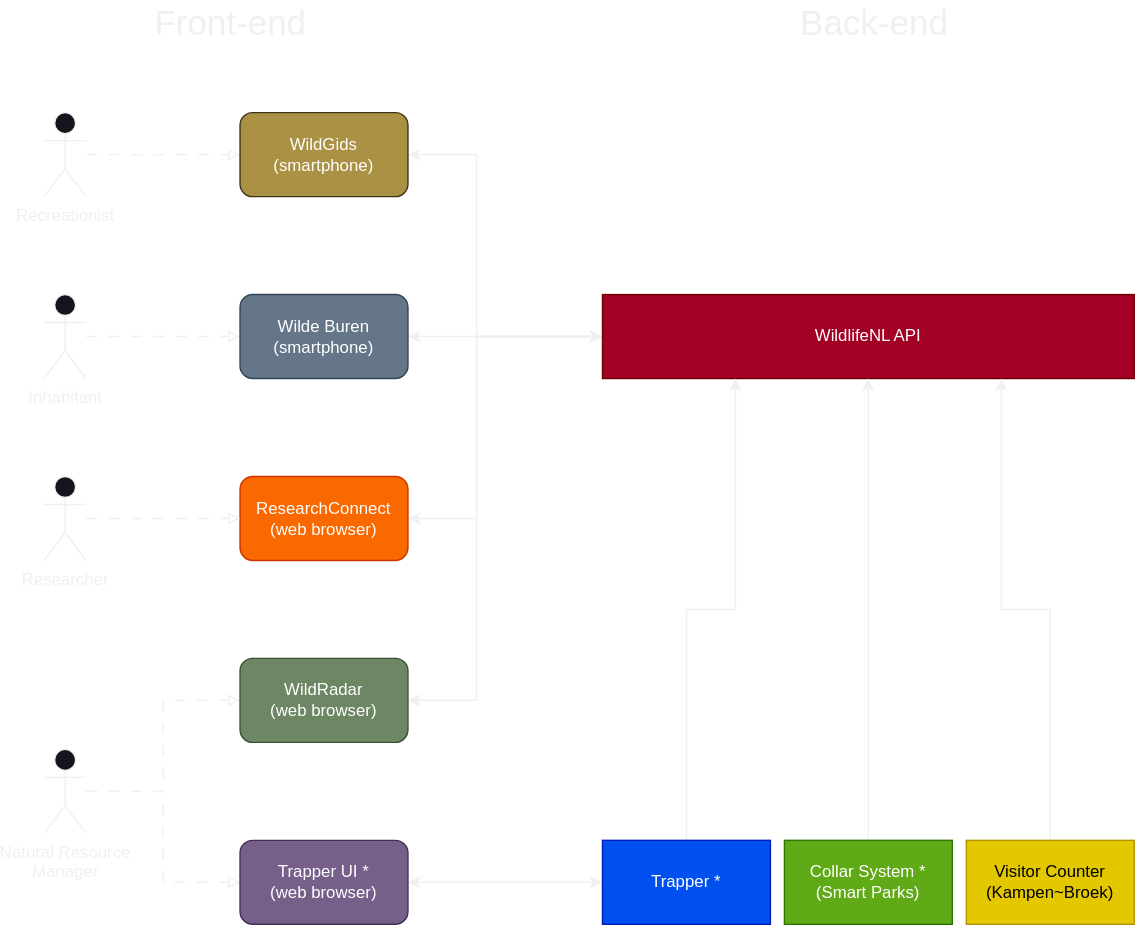
Before: docs/system-architecture.svg, a diagram exported from draw.io (UtrechtUniversity/wildlifenl). Source tidied: cells renumbered, new cells last; positions are measured from the earlier drawing's top-left corner, leaving out a move shared by most shapes. Source of this version:
```xml
<mxGraphModel>
  <root>
    <mxCell id="0" />
    <mxCell id="1" parent="0" />
    <mxCell id="2" style="edgeStyle=orthogonalEdgeStyle;rounded=0;jettySize=auto;html=1;entryX=0;entryY=0.5;entryDx=0;entryDy=0;dashed=1;dashPattern=8 8;endArrow=block;endFill=0;" parent="1" edge="1" source="3" target="10">
      <mxGeometry relative="1" as="geometry" />
    </mxCell>
    <mxCell id="3" value="Recreationist" style="shape=umlActor;verticalLabelPosition=bottom;verticalAlign=top;html=1;outlineConnect=0;" parent="1" vertex="1">
      <mxGeometry y="80" width="30" height="60" as="geometry" />
    </mxCell>
    <mxCell id="4" style="edgeStyle=orthogonalEdgeStyle;rounded=0;jettySize=auto;html=1;entryX=0;entryY=0.5;entryDx=0;entryDy=0;dashed=1;dashPattern=8 8;endArrow=block;endFill=0;" parent="1" edge="1" source="5" target="12">
      <mxGeometry relative="1" as="geometry" />
    </mxCell>
    <mxCell id="5" value="Inhabitant" style="shape=umlActor;verticalLabelPosition=bottom;verticalAlign=top;html=1;outlineConnect=0;" parent="1" vertex="1">
      <mxGeometry y="210" width="30" height="60" as="geometry" />
    </mxCell>
    <mxCell id="6" style="edgeStyle=orthogonalEdgeStyle;rounded=0;jettySize=auto;html=1;entryX=0;entryY=0.5;entryDx=0;entryDy=0;dashed=1;dashPattern=8 8;endArrow=block;endFill=0;" parent="1" edge="1" source="8" target="14">
      <mxGeometry relative="1" as="geometry" />
    </mxCell>
    <mxCell id="7" style="edgeStyle=orthogonalEdgeStyle;rounded=0;jettySize=auto;html=1;entryX=0;entryY=0.5;entryDx=0;entryDy=0;dashed=1;dashPattern=8 8;endArrow=block;endFill=0;" parent="1" edge="1" source="8" target="16">
      <mxGeometry relative="1" as="geometry" />
    </mxCell>
    <mxCell id="8" value="Natural Resource&lt;br&gt;Manager" style="shape=umlActor;verticalLabelPosition=bottom;verticalAlign=top;html=1;outlineConnect=0;" parent="1" vertex="1">
      <mxGeometry y="535" width="30" height="60" as="geometry" />
    </mxCell>
    <mxCell id="9" style="edgeStyle=orthogonalEdgeStyle;rounded=0;jettySize=auto;html=1;entryX=0;entryY=0.5;entryDx=0;entryDy=0;startArrow=classic;startFill=1;" parent="1" edge="1" source="10" target="21">
      <mxGeometry relative="1" as="geometry">
        <Array as="points">
          <mxPoint x="309" y="110" />
          <mxPoint x="309" y="240" />
        </Array>
      </mxGeometry>
    </mxCell>
    <mxCell id="10" value="WildGids&lt;br&gt;(smartphone)" style="rounded=1;whiteSpace=wrap;html=1;fillColor=#AB9144;fontColor=#FFFFFF;strokeColor=#3D3418;" parent="1" vertex="1">
      <mxGeometry x="140" y="80" width="120" height="60" as="geometry" />
    </mxCell>
    <mxCell id="11" style="edgeStyle=orthogonalEdgeStyle;rounded=0;jettySize=auto;html=1;entryX=0;entryY=0.5;entryDx=0;entryDy=0;startArrow=classic;startFill=1;" parent="1" edge="1" source="12" target="21">
      <mxGeometry relative="1" as="geometry" />
    </mxCell>
    <mxCell id="12" value="Wilde Buren&lt;br&gt;(smartphone)" style="rounded=1;whiteSpace=wrap;html=1;fillColor=#647687;fontColor=#ffffff;strokeColor=#314354;" parent="1" vertex="1">
      <mxGeometry x="140" y="210" width="120" height="60" as="geometry" />
    </mxCell>
    <mxCell id="13" style="edgeStyle=orthogonalEdgeStyle;rounded=0;jettySize=auto;html=1;entryX=0;entryY=0.5;entryDx=0;entryDy=0;startArrow=classic;startFill=1;" parent="1" edge="1" source="14" target="21">
      <mxGeometry relative="1" as="geometry">
        <Array as="points">
          <mxPoint x="309" y="500" />
          <mxPoint x="309" y="240" />
        </Array>
      </mxGeometry>
    </mxCell>
    <mxCell id="14" value="WildRadar&lt;br&gt;(web browser)" style="rounded=1;whiteSpace=wrap;html=1;fillColor=#6d8764;fontColor=#ffffff;strokeColor=#3A5431;" parent="1" vertex="1">
      <mxGeometry x="140" y="470" width="120" height="60" as="geometry" />
    </mxCell>
    <mxCell id="15" style="edgeStyle=orthogonalEdgeStyle;rounded=0;jettySize=auto;html=1;entryX=0;entryY=0.5;entryDx=0;entryDy=0;startArrow=classic;startFill=1;" parent="1" edge="1" source="16" target="23">
      <mxGeometry relative="1" as="geometry" />
    </mxCell>
    <mxCell id="16" value="Trapper UI *&lt;br&gt;(web browser)" style="rounded=1;whiteSpace=wrap;html=1;fillColor=#76608a;fontColor=#ffffff;strokeColor=#432D57;" parent="1" vertex="1">
      <mxGeometry x="140" y="600" width="120" height="60" as="geometry" />
    </mxCell>
    <mxCell id="17" style="edgeStyle=orthogonalEdgeStyle;rounded=0;jettySize=auto;html=1;entryX=0;entryY=0.5;entryDx=0;entryDy=0;startArrow=classic;startFill=1;" parent="1" edge="1" source="18" target="21">
      <mxGeometry relative="1" as="geometry">
        <Array as="points">
          <mxPoint x="309" y="370" />
          <mxPoint x="309" y="240" />
        </Array>
      </mxGeometry>
    </mxCell>
    <mxCell id="18" value="ResearchConnect&lt;br&gt;(web browser)" style="rounded=1;whiteSpace=wrap;html=1;fillColor=#fa6800;fontColor=#FFFFFF;strokeColor=#C73500;" parent="1" vertex="1">
      <mxGeometry x="140" y="340" width="120" height="60" as="geometry" />
    </mxCell>
    <mxCell id="19" style="edgeStyle=orthogonalEdgeStyle;rounded=0;jettySize=auto;html=1;entryX=0;entryY=0.5;entryDx=0;entryDy=0;dashed=1;dashPattern=8 8;endArrow=block;endFill=0;" parent="1" edge="1" source="20" target="18">
      <mxGeometry relative="1" as="geometry" />
    </mxCell>
    <mxCell id="20" value="Researcher" style="shape=umlActor;verticalLabelPosition=bottom;verticalAlign=top;html=1;outlineConnect=0;" parent="1" vertex="1">
      <mxGeometry y="340" width="30" height="60" as="geometry" />
    </mxCell>
    <mxCell id="21" value="WildlifeNL API" style="rounded=0;whiteSpace=wrap;html=1;fillColor=#a20025;fontColor=#ffffff;strokeColor=#6F0000;" parent="1" vertex="1">
      <mxGeometry x="399" y="210" width="380" height="60" as="geometry" />
    </mxCell>
    <mxCell id="22" style="edgeStyle=orthogonalEdgeStyle;rounded=0;jettySize=auto;html=1;entryX=0.25;entryY=1;entryDx=0;entryDy=0;" parent="1" edge="1" source="23" target="21">
      <mxGeometry relative="1" as="geometry" />
    </mxCell>
    <mxCell id="23" value="Trapper *" style="rounded=0;whiteSpace=wrap;html=1;fillColor=#0050ef;fontColor=#ffffff;strokeColor=#001DBC;" parent="1" vertex="1">
      <mxGeometry x="399" y="600" width="120" height="60" as="geometry" />
    </mxCell>
    <mxCell id="24" style="edgeStyle=orthogonalEdgeStyle;rounded=0;jettySize=auto;html=1;entryX=0.5;entryY=1;entryDx=0;entryDy=0;" parent="1" edge="1" source="25" target="21">
      <mxGeometry relative="1" as="geometry" />
    </mxCell>
    <mxCell id="25" value="Collar System *&lt;br&gt;(Smart Parks)" style="rounded=0;whiteSpace=wrap;html=1;fillColor=#60a917;fontColor=#ffffff;strokeColor=#2D7600;" parent="1" vertex="1">
      <mxGeometry x="529" y="600" width="120" height="60" as="geometry" />
    </mxCell>
    <mxCell id="26" style="edgeStyle=orthogonalEdgeStyle;rounded=0;jettySize=auto;html=1;entryX=0.75;entryY=1;entryDx=0;entryDy=0;" parent="1" edge="1" source="27" target="21">
      <mxGeometry relative="1" as="geometry" />
    </mxCell>
    <mxCell id="27" value="Visitor Counter&lt;br&gt;(Kampen~Broek)" style="rounded=0;whiteSpace=wrap;html=1;fillColor=#e3c800;fontColor=#000000;strokeColor=#B09500;" parent="1" vertex="1">
      <mxGeometry x="659" y="600" width="120" height="60" as="geometry" />
    </mxCell>
    <mxCell id="28" value="Front-end" style="text;html=1;align=center;verticalAlign=middle;whiteSpace=wrap;rounded=0;fontSize=25;" parent="1" vertex="1">
      <mxGeometry x="39" width="189" height="30" as="geometry" />
    </mxCell>
    <mxCell id="29" value="Back-end" style="text;html=1;align=center;verticalAlign=middle;whiteSpace=wrap;rounded=0;fontSize=25;" parent="1" vertex="1">
      <mxGeometry x="499" width="189" height="30" as="geometry" />
    </mxCell>
  </root>
</mxGraphModel>
```
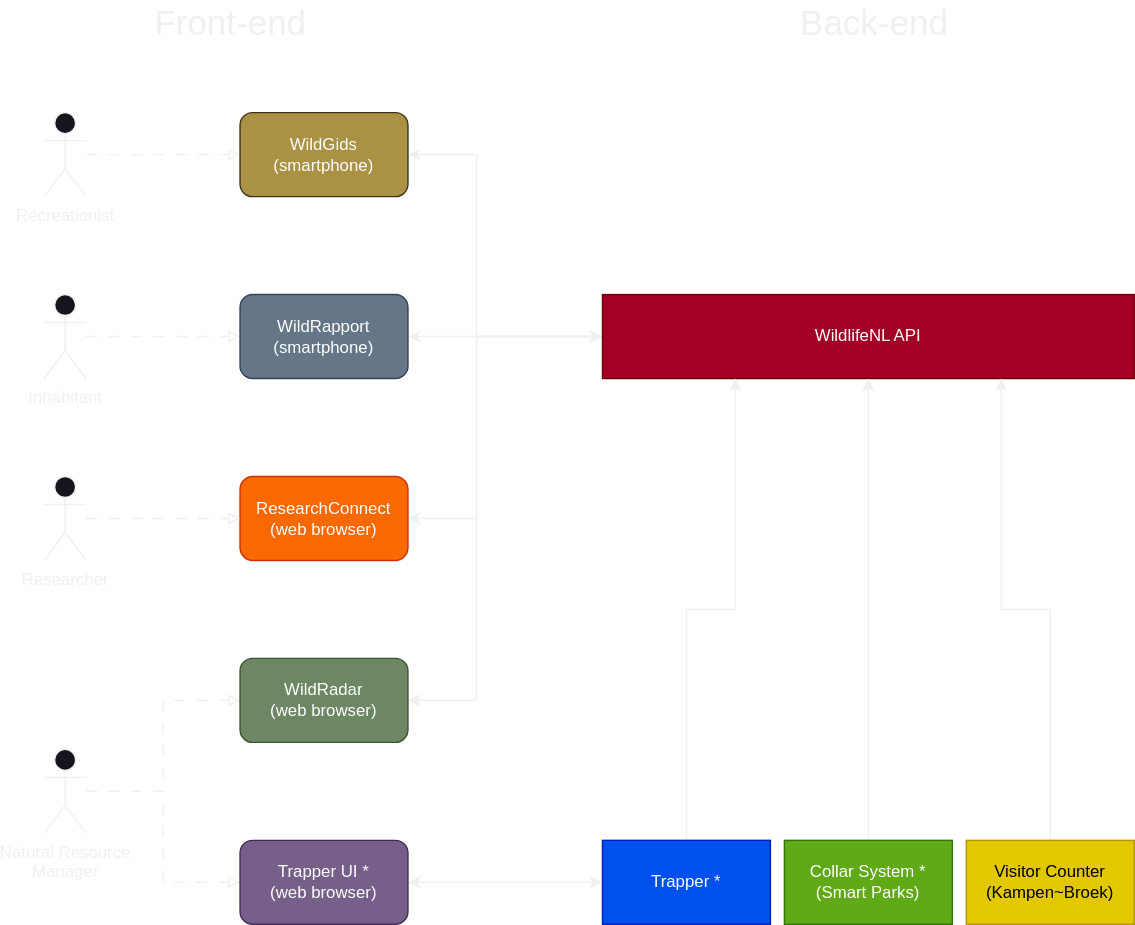
Later version of the same file.

Commit message:
changed name Wilde Buren into WildRapport

Diff of the diagram source:
```diff
@@ -37,7 +37,7 @@
     <mxCell id="11" style="edgeStyle=orthogonalEdgeStyle;rounded=0;jettySize=auto;html=1;entryX=0;entryY=0.5;entryDx=0;entryDy=0;startArrow=classic;startFill=1;" parent="1" edge="1" source="12" target="21">
       <mxGeometry relative="1" as="geometry" />
     </mxCell>
-    <mxCell id="12" value="Wilde Buren&lt;br&gt;(smartphone)" style="rounded=1;whiteSpace=wrap;html=1;fillColor=#647687;fontColor=#ffffff;strokeColor=#314354;" parent="1" vertex="1">
+    <mxCell id="12" value="WildRapport&lt;br&gt;(smartphone)" style="rounded=1;whiteSpace=wrap;html=1;fillColor=#647687;fontColor=#ffffff;strokeColor=#314354;" parent="1" vertex="1">
       <mxGeometry x="140" y="210" width="120" height="60" as="geometry" />
     </mxCell>
     <mxCell id="13" style="edgeStyle=orthogonalEdgeStyle;rounded=0;jettySize=auto;html=1;entryX=0;entryY=0.5;entryDx=0;entryDy=0;startArrow=classic;startFill=1;" parent="1" edge="1" source="14" target="21">
```
